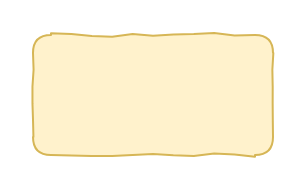
Before: pic/学习.drawio in yinyunpan/drawio, a draw.io diagram. Source tidied: cells renumbered, new cells numbered last; positions are measured from the earlier drawing's top-left corner, leaving out a move shared by most shapes. Both pictures are drawn from the tidied source at 200%, with x=0, y=0 at pixel (32, 34).
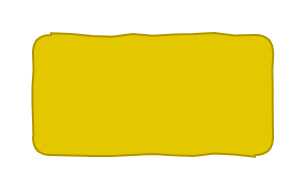
Above is the later version.

The edit, as a diff of the source:
```diff
@@
 <mxGraphModel>
   <root>
     <mxCell id="0" />
     <mxCell id="1" parent="0" />
-    <mxCell id="2" style="rounded=1;whiteSpace=wrap;html=1;fillStyle=solid;comic=1;fillColor=#fff2cc;strokeColor=#d6b656;" parent="1" vertex="1">
+    <mxCell id="2" style="rounded=1;whiteSpace=wrap;html=1;fillStyle=solid;comic=1;fillColor=#e3c800;strokeColor=#B09500;fontColor=#000000;gradientColor=none;" parent="1" vertex="1">
       <mxGeometry width="120" height="60" as="geometry" />
     </mxCell>
   </root>
 </mxGraphModel>
```
